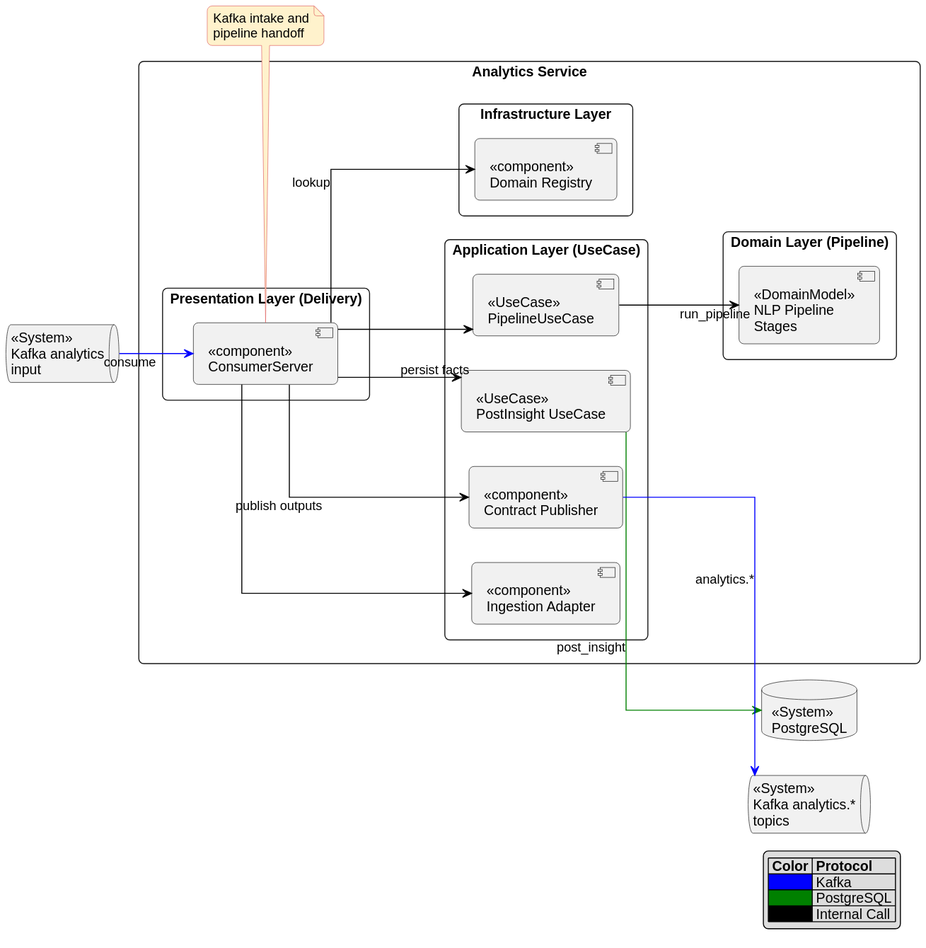
This is final-report/images/chapter_5/c4-analytics-component-diagram.svg from smap-hcmut/report, a PlantUML export, as it was before one commit. The source it was exported from:
```plantuml
@startuml
skinparam defaultFontName Arial
skinparam shadowing false
skinparam componentStyle uml2
skinparam packageStyle rectangle
skinparam roundcorner 10
skinparam linetype ortho
skinparam noteBackgroundColor #FFF2CC
skinparam noteBorderColor #E06666
left to right direction

rectangle "Analytics Service" {
  package "Presentation Layer (Delivery)" {
    component "«component»\nConsumerServer" as an_consumer
  }

  package "Application Layer (UseCase)" {
    component "«component»\nIngestion Adapter" as an_adapter
    component "«UseCase»\nPipelineUseCase" as an_pipeline
    component "«UseCase»\nPostInsight UseCase" as an_post
    component "«component»\nContract Publisher" as an_pub
  }

  package "Domain Layer (Pipeline)" {
    component "«DomainModel»\nNLP Pipeline\nStages" as an_stages
  }

  package "Infrastructure Layer" {
    component "«component»\nDomain Registry" as an_domain
  }
}

queue "«System»\nKafka analytics\ninput" as an_in
database "«System»\nPostgreSQL" as an_pg
queue "«System»\nKafka analytics.*\ntopics" as an_out

an_in -[#0000FF]-> an_consumer : consume
an_consumer -[#000000]-> an_domain : lookup
an_consumer -[#000000]-> an_adapter
an_consumer -[#000000]-> an_pipeline
an_pipeline -[#000000]-> an_stages : run_pipeline
an_consumer -[#000000]-> an_post : persist facts
an_post -[#008000]-> an_pg : post_insight
an_consumer -[#000000]-> an_pub : publish outputs
an_pub -[#0000FF]-> an_out : analytics.*

note bottom of an_consumer
Kafka intake and
pipeline handoff
end note

legend right
|= Color |= Protocol |
|<#0000FF>  | Kafka |
|<#008000>  | PostgreSQL |
|<#000000>  | Internal Call |
endlegend
@enduml
```
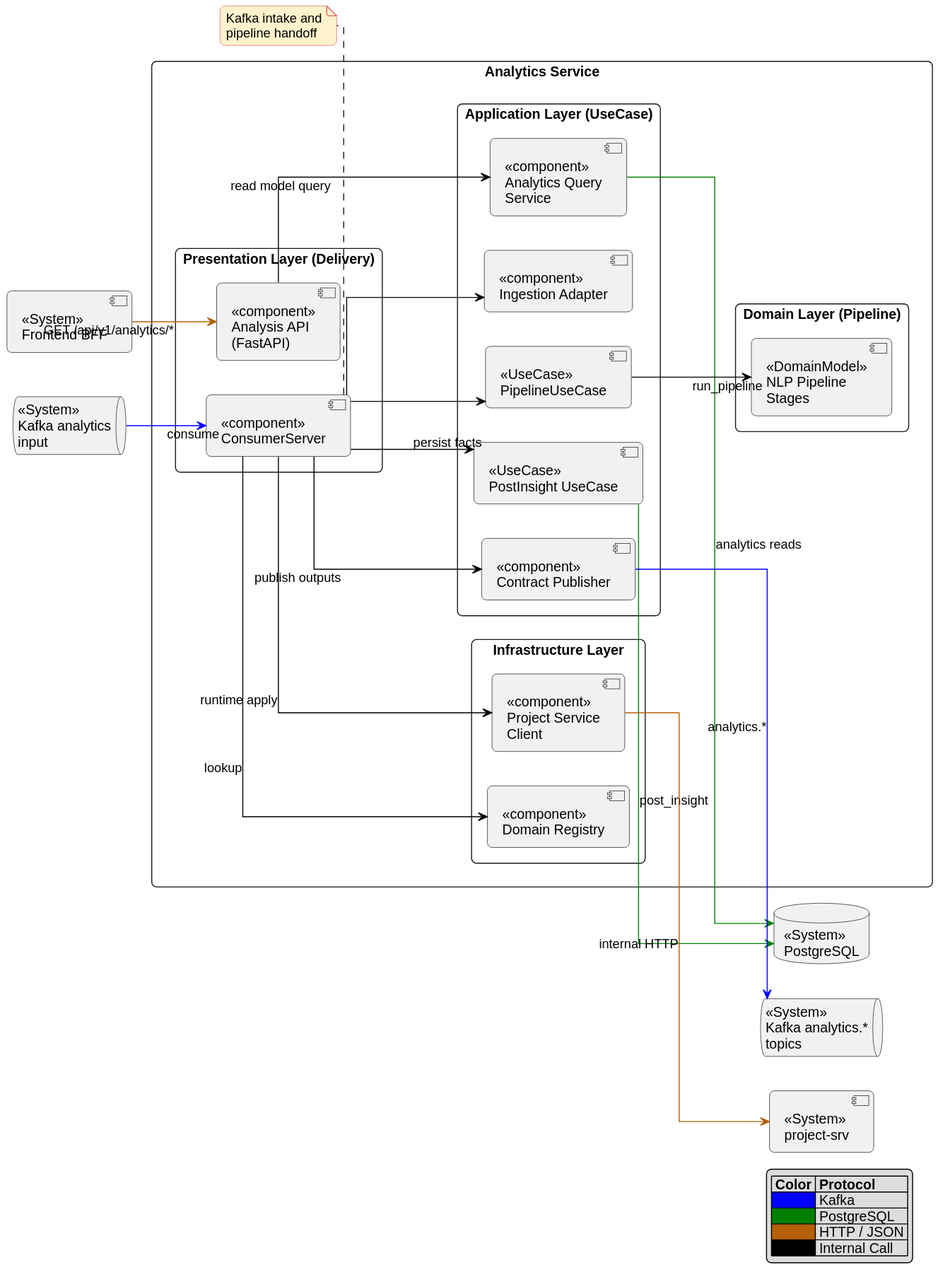
The same file after the commit.

Diff of the diagram source:
```diff
@@ -11,10 +11,12 @@
 
 rectangle "Analytics Service" {
   package "Presentation Layer (Delivery)" {
+    component "«component»\nAnalysis API\n(FastAPI)" as an_api
     component "«component»\nConsumerServer" as an_consumer
   }
 
   package "Application Layer (UseCase)" {
+    component "«component»\nAnalytics Query\nService" as an_query
     component "«component»\nIngestion Adapter" as an_adapter
     component "«UseCase»\nPipelineUseCase" as an_pipeline
     component "«UseCase»\nPostInsight UseCase" as an_post
@@ -27,13 +29,19 @@
 
   package "Infrastructure Layer" {
     component "«component»\nDomain Registry" as an_domain
+    component "«component»\nProject Service\nClient" as an_project_client
   }
 }
 
+component "«System»\nFrontend BFF" as an_fe
 queue "«System»\nKafka analytics\ninput" as an_in
 database "«System»\nPostgreSQL" as an_pg
 queue "«System»\nKafka analytics.*\ntopics" as an_out
+component "«System»\nproject-srv" as an_project
 
+an_fe -[#B45F06]-> an_api : GET /api/v1/analytics/*
+an_api -[#000000]-> an_query : read model query
+an_query -[#008000]-> an_pg : analytics reads
 an_in -[#0000FF]-> an_consumer : consume
 an_consumer -[#000000]-> an_domain : lookup
 an_consumer -[#000000]-> an_adapter
@@ -43,6 +51,8 @@
 an_post -[#008000]-> an_pg : post_insight
 an_consumer -[#000000]-> an_pub : publish outputs
 an_pub -[#0000FF]-> an_out : analytics.*
+an_consumer -[#000000]-> an_project_client : runtime apply
+an_project_client -[#B45F06]-> an_project : internal HTTP
 
 note bottom of an_consumer
 Kafka intake and
@@ -53,6 +63,7 @@
 |= Color |= Protocol |
 |<#0000FF>  | Kafka |
 |<#008000>  | PostgreSQL |
+|<#B45F06>  | HTTP / JSON |
 |<#000000>  | Internal Call |
 endlegend
 @enduml
```
